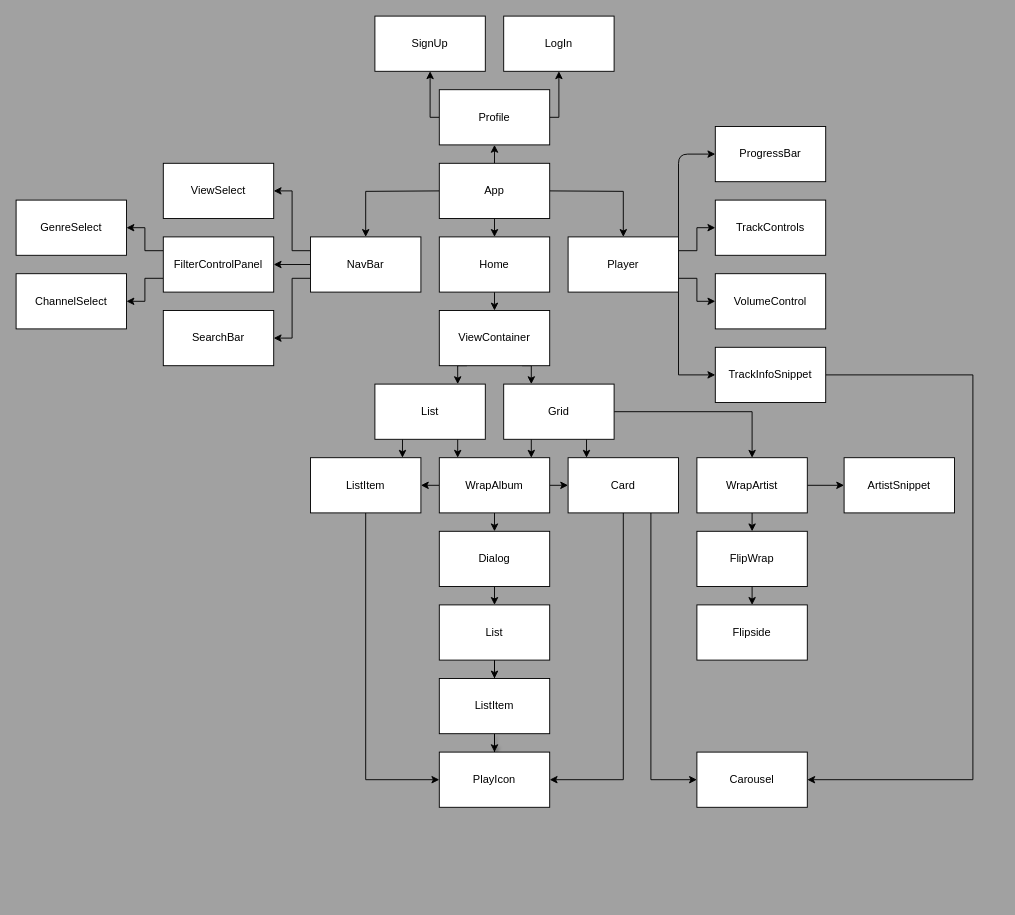
Before: component-tree.drawio in WillChing01/Sky-Music-Project, a draw.io diagram. Source tidied: cells renumbered, new cells numbered last; positions are measured from the earlier drawing's top-left corner, leaving out a move shared by most shapes. Both pictures are drawn from the tidied source at 92%, with x=0, y=0 at pixel (16, 16).
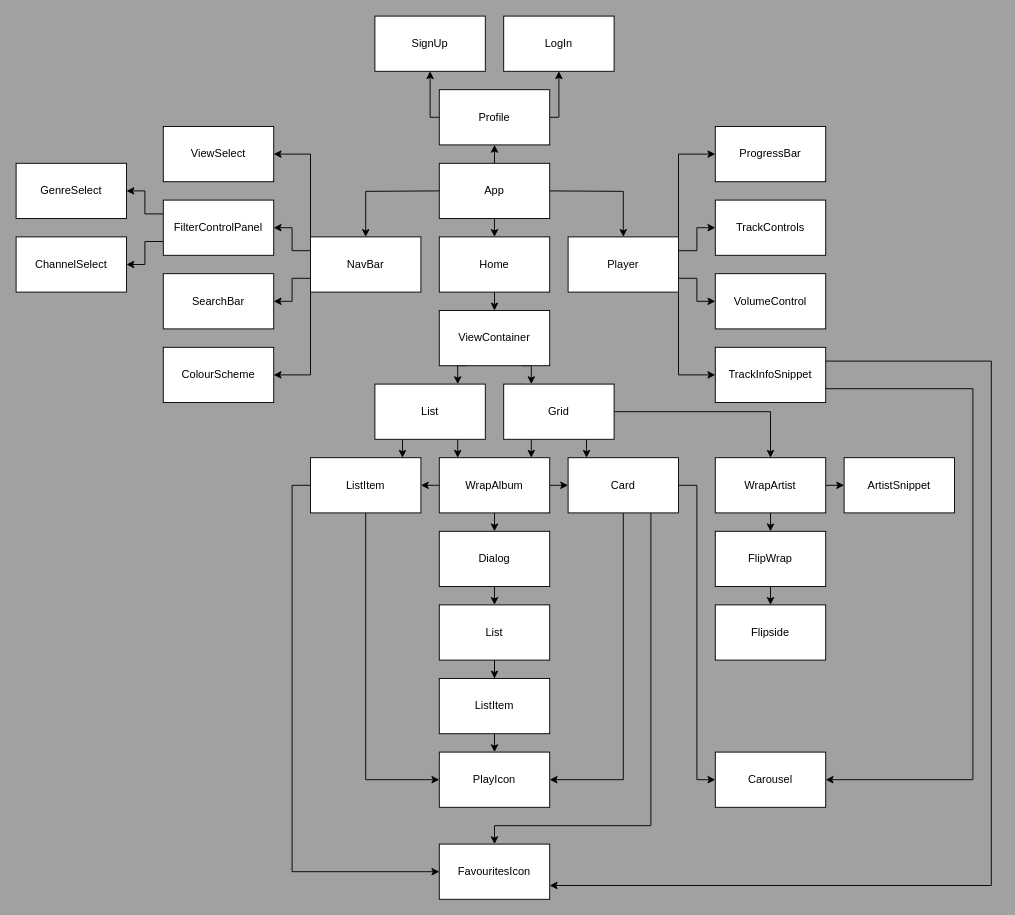
The same page after the edit.

Unchanged cells that the change refers to:
```xml
<mxCell id="10" value="NavBar" style="rounded=0;whiteSpace=wrap;html=1;" parent="1" vertex="1">
  <mxGeometry x="320" y="240" width="120" height="60" as="geometry" />
</mxCell>
<mxCell id="15" value="Player" style="rounded=0;whiteSpace=wrap;html=1;" parent="1" vertex="1">
  <mxGeometry x="600" y="240" width="120" height="60" as="geometry" />
</mxCell>
<mxCell id="25" value="Grid" style="rounded=0;whiteSpace=wrap;html=1;" parent="1" vertex="1">
  <mxGeometry x="530" y="400" width="120" height="60" as="geometry" />
</mxCell>
<mxCell id="31" value="Card" style="rounded=0;whiteSpace=wrap;html=1;" parent="1" vertex="1">
  <mxGeometry x="600" y="480" width="120" height="60" as="geometry" />
</mxCell>
<mxCell id="37" value="ListItem" style="rounded=0;whiteSpace=wrap;html=1;" parent="1" vertex="1">
  <mxGeometry x="460" y="720" width="120" height="60" as="geometry" />
</mxCell>
<mxCell id="38" value="PlayIcon" style="rounded=0;whiteSpace=wrap;html=1;" parent="1" vertex="1">
  <mxGeometry x="460" y="800" width="120" height="60" as="geometry" />
</mxCell>
<mxCell id="42" value="ProgressBar" style="rounded=0;whiteSpace=wrap;html=1;" parent="1" vertex="1">
  <mxGeometry x="760" y="120" width="120" height="60" as="geometry" />
</mxCell>
<mxCell id="51" value="TrackInfoSnippet" style="rounded=0;whiteSpace=wrap;html=1;" parent="1" vertex="1">
  <mxGeometry x="760" y="360" width="120" height="60" as="geometry" />
</mxCell>
<mxCell id="58" value="ListItem" style="rounded=0;whiteSpace=wrap;html=1;" parent="1" vertex="1">
  <mxGeometry x="320" y="480" width="120" height="60" as="geometry" />
</mxCell>
```

The edit, as a diff of the source:
```diff
@@
-    <mxCell id="7" style="edgeStyle=none;html=1;exitX=0;exitY=0.25;exitDx=0;exitDy=0;entryX=1;entryY=0.5;entryDx=0;entryDy=0;rounded=0;" parent="1" edge="1" source="10" target="43">
+    <mxCell id="7" style="edgeStyle=none;html=1;exitX=0;exitY=0;exitDx=0;exitDy=0;entryX=1;entryY=0.5;entryDx=0;entryDy=0;rounded=0;" parent="1" edge="1" source="10" target="43">
       <mxGeometry relative="1" as="geometry">
         <Array as="points">
-          <mxPoint x="300" y="255" />
-          <mxPoint x="300" y="190" />
+          <mxPoint x="320" y="150" />
         </Array>
       </mxGeometry>
     </mxCell>
-    <mxCell id="8" style="edgeStyle=none;html=1;exitX=0;exitY=0.5;exitDx=0;exitDy=0;entryX=1;entryY=0.5;entryDx=0;entryDy=0;" parent="1" edge="1" source="10" target="41">
-      <mxGeometry relative="1" as="geometry" />
+    <mxCell id="8" style="edgeStyle=none;html=1;exitX=0;exitY=0.25;exitDx=0;exitDy=0;entryX=1;entryY=0.5;entryDx=0;entryDy=0;rounded=0;" parent="1" edge="1" source="10" target="41">
+      <mxGeometry relative="1" as="geometry">
+        <Array as="points">
+          <mxPoint x="300" y="255" />
+          <mxPoint x="300" y="230" />
+        </Array>
+      </mxGeometry>
     </mxCell>
     <mxCell id="9" style="edgeStyle=none;html=1;exitX=0;exitY=0.75;exitDx=0;exitDy=0;entryX=1;entryY=0.5;entryDx=0;entryDy=0;rounded=0;" parent="1" edge="1" source="10" target="44">
       <mxGeometry relative="1" as="geometry">
         <Array as="points">
           <mxPoint x="300" y="285" />
-          <mxPoint x="300" y="350" />
+          <mxPoint x="300" y="310" />
         </Array>
       </mxGeometry>
     </mxCell>
+    <mxCell id="70" style="edgeStyle=none;rounded=0;html=1;exitX=0;exitY=1;exitDx=0;exitDy=0;entryX=1;entryY=0.5;entryDx=0;entryDy=0;" parent="1" edge="1" source="10" target="74">
+      <mxGeometry relative="1" as="geometry">
+        <Array as="points">
+          <mxPoint x="320" y="390" />
+        </Array>
+      </mxGeometry>
+    </mxCell>
@@
-    <mxCell id="13" style="edgeStyle=none;html=1;entryX=0;entryY=0.5;entryDx=0;entryDy=0;exitX=1;exitY=0;exitDx=0;exitDy=0;" parent="1" edge="1" source="15" target="42">
+    <mxCell id="13" style="edgeStyle=none;html=1;entryX=0;entryY=0.5;entryDx=0;entryDy=0;exitX=1;exitY=0;exitDx=0;exitDy=0;rounded=0;" parent="1" edge="1" source="15" target="42">
       <mxGeometry relative="1" as="geometry">
         <Array as="points">
           <mxPoint x="720" y="150" />
         </Array>
       </mxGeometry>
     </mxCell>
@@
     <mxCell id="22" style="edgeStyle=none;html=1;exitX=1;exitY=0.5;exitDx=0;exitDy=0;entryX=0.5;entryY=0;entryDx=0;entryDy=0;rounded=0;" parent="1" edge="1" source="25" target="65">
       <mxGeometry relative="1" as="geometry">
         <Array as="points">
-          <mxPoint x="800" y="430" />
+          <mxPoint x="820" y="430" />
         </Array>
       </mxGeometry>
     </mxCell>
@@
-    <mxCell id="30" style="edgeStyle=none;rounded=0;html=1;exitX=0.75;exitY=1;exitDx=0;exitDy=0;entryX=0;entryY=0.5;entryDx=0;entryDy=0;" parent="1" edge="1" source="31" target="66">
+    <mxCell id="30" style="edgeStyle=none;rounded=0;html=1;exitX=1;exitY=0.5;exitDx=0;exitDy=0;entryX=0;entryY=0.5;entryDx=0;entryDy=0;" parent="1" edge="1" source="31" target="66">
       <mxGeometry relative="1" as="geometry">
         <Array as="points">
-          <mxPoint x="690" y="830" />
+          <mxPoint x="740" y="510" />
+          <mxPoint x="740" y="830" />
         </Array>
       </mxGeometry>
     </mxCell>
+    <mxCell id="71" style="edgeStyle=none;rounded=0;html=1;exitX=0.75;exitY=1;exitDx=0;exitDy=0;entryX=0.5;entryY=0;entryDx=0;entryDy=0;" parent="1" edge="1" source="31" target="75">
+      <mxGeometry relative="1" as="geometry">
+        <Array as="points">
+          <mxPoint x="690" y="880" />
+          <mxPoint x="520" y="880" />
+        </Array>
+      </mxGeometry>
+    </mxCell>
@@
-    <mxCell id="36" style="edgeStyle=orthogonalEdgeStyle;rounded=0;jettySize=auto;html=1;shadow=1;" parent="1" edge="1" source="37" target="38">
+    <mxCell id="36" style="edgeStyle=none;rounded=0;html=1;exitX=0.5;exitY=1;exitDx=0;exitDy=0;entryX=0.5;entryY=0;entryDx=0;entryDy=0;" parent="1" edge="1" source="37" target="38">
       <mxGeometry relative="1" as="geometry" />
     </mxCell>
@@
     <mxCell id="39" style="edgeStyle=none;html=1;exitX=0;exitY=0.25;exitDx=0;exitDy=0;entryX=1;entryY=0.5;entryDx=0;entryDy=0;rounded=0;" parent="1" edge="1" source="41" target="45">
       <mxGeometry relative="1" as="geometry">
         <Array as="points">
-          <mxPoint x="140" y="255" />
-          <mxPoint x="140" y="230" />
+          <mxPoint x="140" y="215" />
+          <mxPoint x="140" y="190" />
         </Array>
       </mxGeometry>
     </mxCell>
     <mxCell id="40" style="edgeStyle=none;html=1;exitX=0;exitY=0.75;exitDx=0;exitDy=0;entryX=1;entryY=0.5;entryDx=0;entryDy=0;rounded=0;" parent="1" edge="1" source="41" target="46">
       <mxGeometry relative="1" as="geometry">
         <Array as="points">
-          <mxPoint x="140" y="285" />
-          <mxPoint x="140" y="310" />
+          <mxPoint x="140" y="245" />
+          <mxPoint x="140" y="270" />
         </Array>
       </mxGeometry>
     </mxCell>
     <mxCell id="41" value="FilterControlPanel" style="rounded=0;whiteSpace=wrap;html=1;" parent="1" vertex="1">
-      <mxGeometry x="160" y="240" width="120" height="60" as="geometry" />
+      <mxGeometry x="160" y="200" width="120" height="60" as="geometry" />
     </mxCell>
@@
     <mxCell id="43" value="ViewSelect" style="rounded=0;whiteSpace=wrap;html=1;" parent="1" vertex="1">
-      <mxGeometry x="160" y="160" width="120" height="60" as="geometry" />
+      <mxGeometry x="160" y="120" width="120" height="60" as="geometry" />
     </mxCell>
     <mxCell id="44" value="SearchBar" style="rounded=0;whiteSpace=wrap;html=1;" parent="1" vertex="1">
-      <mxGeometry x="160" y="320" width="120" height="60" as="geometry" />
+      <mxGeometry x="160" y="280" width="120" height="60" as="geometry" />
     </mxCell>
     <mxCell id="45" value="GenreSelect" style="rounded=0;whiteSpace=wrap;html=1;" parent="1" vertex="1">
-      <mxGeometry y="200" width="120" height="60" as="geometry" />
+      <mxGeometry y="160" width="120" height="60" as="geometry" />
     </mxCell>
     <mxCell id="46" value="ChannelSelect" style="rounded=0;whiteSpace=wrap;html=1;" parent="1" vertex="1">
-      <mxGeometry y="280" width="120" height="60" as="geometry" />
+      <mxGeometry y="240" width="120" height="60" as="geometry" />
     </mxCell>
@@
-    <mxCell id="50" style="edgeStyle=none;html=1;exitX=1;exitY=0.5;exitDx=0;exitDy=0;entryX=1;entryY=0.5;entryDx=0;entryDy=0;rounded=0;" parent="1" edge="1" source="51" target="66">
+    <mxCell id="50" style="edgeStyle=none;html=1;exitX=1;exitY=0.75;exitDx=0;exitDy=0;entryX=1;entryY=0.5;entryDx=0;entryDy=0;rounded=0;" parent="1" edge="1" source="51" target="66">
       <mxGeometry relative="1" as="geometry">
         <Array as="points">
-          <mxPoint x="1040" y="390" />
+          <mxPoint x="1040" y="405" />
           <mxPoint x="1040" y="830" />
         </Array>
       </mxGeometry>
     </mxCell>
+    <mxCell id="72" style="edgeStyle=none;html=1;exitX=1;exitY=0.25;exitDx=0;exitDy=0;entryX=1;entryY=0.75;entryDx=0;entryDy=0;rounded=0;" parent="1" edge="1" source="51" target="75">
+      <mxGeometry relative="1" as="geometry">
+        <Array as="points">
+          <mxPoint x="1060" y="375" />
+          <mxPoint x="1060" y="945" />
+        </Array>
+      </mxGeometry>
+    </mxCell>
@@
+    <mxCell id="73" style="edgeStyle=none;rounded=0;html=1;exitX=0;exitY=0.5;exitDx=0;exitDy=0;entryX=0;entryY=0.5;entryDx=0;entryDy=0;" parent="1" edge="1" source="58" target="75">
+      <mxGeometry relative="1" as="geometry">
+        <Array as="points">
+          <mxPoint x="300" y="510" />
+          <mxPoint x="300" y="930" />
+        </Array>
+      </mxGeometry>
+    </mxCell>
@@
     <mxCell id="61" value="FlipWrap" style="rounded=0;whiteSpace=wrap;html=1;" parent="1" vertex="1">
-      <mxGeometry x="740" y="560" width="120" height="60" as="geometry" />
+      <mxGeometry x="760" y="560" width="120" height="60" as="geometry" />
     </mxCell>
@@
     <mxCell id="63" value="Flipside" style="rounded=0;whiteSpace=wrap;html=1;" parent="1" vertex="1">
-      <mxGeometry x="740" y="640" width="120" height="60" as="geometry" />
+      <mxGeometry x="760" y="640" width="120" height="60" as="geometry" />
     </mxCell>
@@
     <mxCell id="65" value="WrapArtist" style="rounded=0;whiteSpace=wrap;html=1;" parent="1" vertex="1">
-      <mxGeometry x="740" y="480" width="120" height="60" as="geometry" />
+      <mxGeometry x="760" y="480" width="120" height="60" as="geometry" />
     </mxCell>
     <mxCell id="66" value="Carousel" style="rounded=0;whiteSpace=wrap;html=1;" parent="1" vertex="1">
-      <mxGeometry x="740" y="800" width="120" height="60" as="geometry" />
+      <mxGeometry x="760" y="800" width="120" height="60" as="geometry" />
     </mxCell>
@@
+    <mxCell id="74" value="ColourScheme" style="rounded=0;whiteSpace=wrap;html=1;" parent="1" vertex="1">
+      <mxGeometry x="160" y="360" width="120" height="60" as="geometry" />
+    </mxCell>
+    <mxCell id="75" value="FavouritesIcon" style="rounded=0;whiteSpace=wrap;html=1;" parent="1" vertex="1">
+      <mxGeometry x="460" y="900" width="120" height="60" as="geometry" />
+    </mxCell>
```
